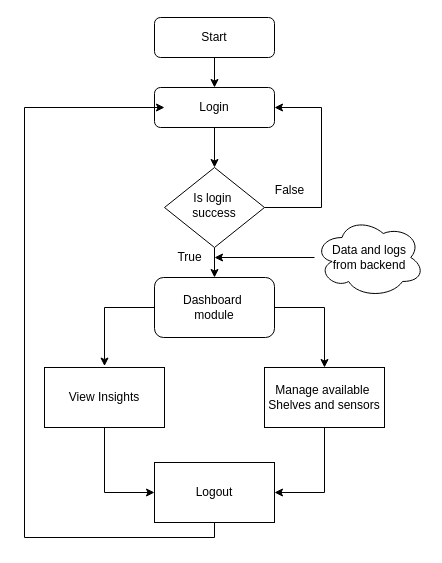
The draw.io diagram dev/Flowchart.drawio in yuneshwaran/ShoppersTracking, before the edit. Source tidied: cells renumbered, new cells numbered last; positions are measured from the earlier drawing's top-left corner, leaving out a move shared by most shapes. Both pictures are drawn from the tidied source at 100%, with x=0, y=0 at pixel (24, 17).
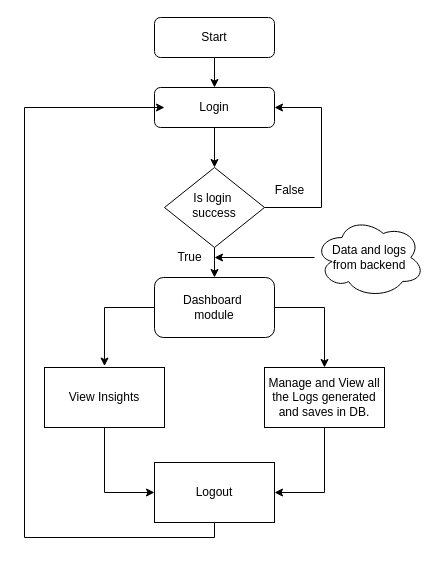
The same diagram, later.

Change to the diagram source:
```diff
@@
-    <mxCell id="16" value="Manage available&amp;nbsp;&lt;div&gt;Shelves and sensors&lt;/div&gt;" style="rounded=0;whiteSpace=wrap;html=1;" parent="1" vertex="1">
+    <mxCell id="16" value="Manage and View all the Logs generated and saves in DB." style="rounded=0;whiteSpace=wrap;html=1;" parent="1" vertex="1">
       <mxGeometry x="240" y="350" width="120" height="60" as="geometry" />
     </mxCell>
```
